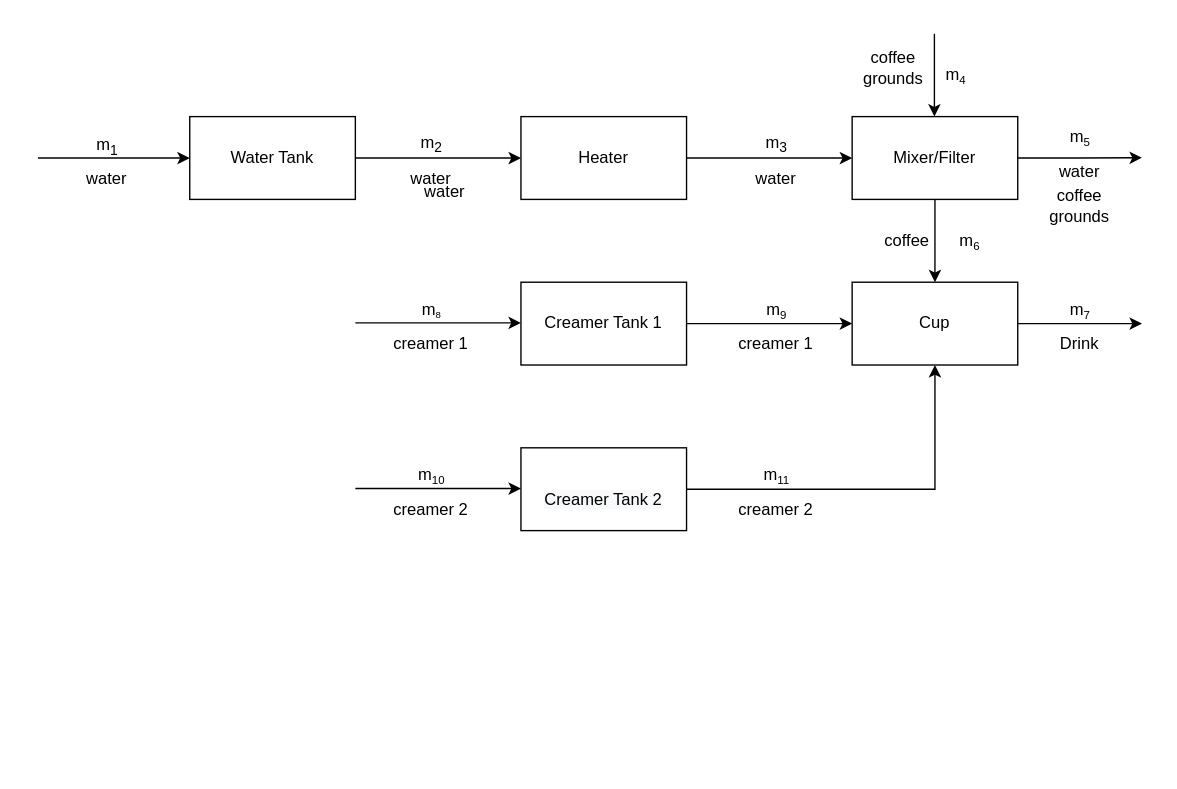
Earlier version of the draw.io diagram Untitled Diagram.drawio (ce2791334/Projects). Source tidied: cells renumbered, new cells numbered last; positions are measured from the earlier drawing's top-left corner, leaving out a move shared by most shapes. Both pictures are drawn from the tidied source at 138%, with x=0, y=0 at pixel (37, 33).
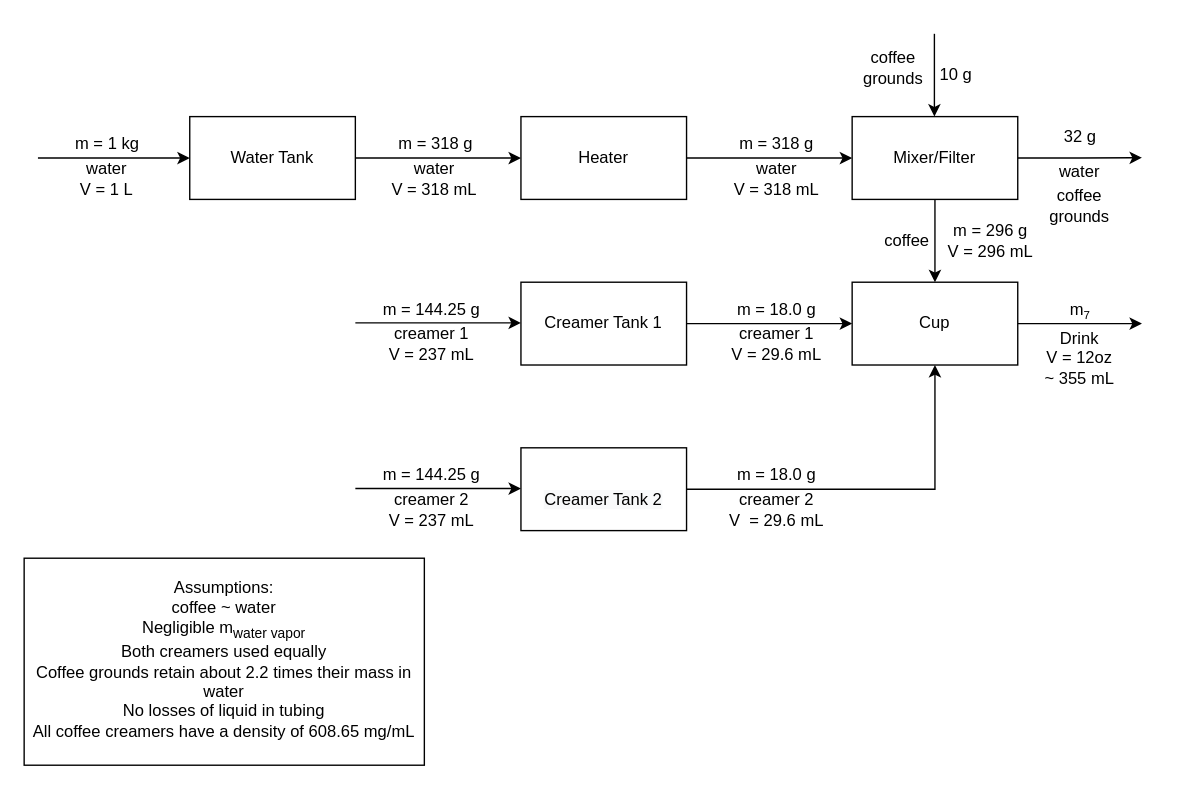
After the change.

Commit message:
Update Mass/Vol PFD Done.drawio

Change to the diagram source:
```diff
@@
-    <mxCell id="16" value="&lt;sub&gt;&lt;span style=&quot;font-size: 12px&quot;&gt;m&lt;sub&gt;1&lt;/sub&gt;&lt;/span&gt;&lt;/sub&gt;" style="text;html=1;align=center;verticalAlign=middle;strokeColor=none;fillColor=none;" parent="1" vertex="1">
-      <mxGeometry x="35" y="65" width="30" height="30" as="geometry" />
+    <mxCell id="16" value="m = 1 kg" style="text;html=1;align=center;verticalAlign=middle;strokeColor=none;fillColor=none;" parent="1" vertex="1">
+      <mxGeometry x="20" y="70" width="60" height="20" as="geometry" />
     </mxCell>
@@
-    <mxCell id="19" value="water" style="text;html=1;strokeColor=none;fillColor=none;align=center;verticalAlign=middle;whiteSpace=wrap;rounded=0;" parent="1" vertex="1">
+    <mxCell id="19" value="water&lt;br&gt;V = 1 L" style="text;html=1;strokeColor=none;fillColor=none;align=center;verticalAlign=middle;whiteSpace=wrap;rounded=0;" parent="1" vertex="1">
       <mxGeometry x="20" y="90" width="60" height="30" as="geometry" />
     </mxCell>
-    <mxCell id="20" value="m&lt;sub&gt;2&lt;/sub&gt;" style="text;html=1;align=center;verticalAlign=middle;strokeColor=none;fillColor=none;" parent="1" vertex="1">
-      <mxGeometry x="270" y="70" width="30" height="20" as="geometry" />
-    </mxCell>
-    <mxCell id="21" value="water" style="text;html=1;strokeColor=none;fillColor=none;align=center;verticalAlign=middle;whiteSpace=wrap;rounded=0;" parent="1" vertex="1">
-      <mxGeometry x="255" y="90" width="60" height="30" as="geometry" />
+    <mxCell id="21" value="water&lt;br&gt;V = 318 mL" style="text;html=1;strokeColor=none;fillColor=none;align=center;verticalAlign=middle;whiteSpace=wrap;rounded=0;" parent="1" vertex="1">
+      <mxGeometry x="255" y="90" width="65" height="30" as="geometry" />
     </mxCell>
-    <mxCell id="22" value="m&lt;sub&gt;3&lt;/sub&gt;" style="text;html=1;align=center;verticalAlign=middle;strokeColor=none;fillColor=none;" parent="1" vertex="1">
-      <mxGeometry x="520" y="70" width="30" height="20" as="geometry" />
+    <mxCell id="22" value="m = 318 g" style="text;html=1;align=center;verticalAlign=middle;strokeColor=none;fillColor=none;" parent="1" vertex="1">
+      <mxGeometry x="500" y="70" width="70" height="20" as="geometry" />
     </mxCell>
-    <mxCell id="23" value="m&lt;span style=&quot;font-size: 10px&quot;&gt;&lt;sub&gt;4&lt;/sub&gt;&lt;/span&gt;" style="text;html=1;align=center;verticalAlign=middle;strokeColor=none;fillColor=none;" parent="1" vertex="1">
-      <mxGeometry x="650" y="20" width="30" height="20" as="geometry" />
+    <mxCell id="23" value="10 g" style="text;html=1;align=center;verticalAlign=middle;strokeColor=none;fillColor=none;" parent="1" vertex="1">
+      <mxGeometry x="645" y="20" width="40" height="20" as="geometry" />
     </mxCell>
-    <mxCell id="24" value="m&lt;span style=&quot;font-size: 10px&quot;&gt;&lt;sub&gt;6&lt;/sub&gt;&lt;/span&gt;" style="text;html=1;align=center;verticalAlign=middle;strokeColor=none;fillColor=none;" parent="1" vertex="1">
-      <mxGeometry x="660" y="140" width="30" height="20" as="geometry" />
+    <mxCell id="24" value="m = 296 g&lt;br&gt;V = 296 mL" style="text;html=1;align=center;verticalAlign=middle;strokeColor=none;fillColor=none;" parent="1" vertex="1">
+      <mxGeometry x="650" y="135" width="80" height="30" as="geometry" />
     </mxCell>
-    <mxCell id="25" value="m&lt;span style=&quot;font-size: 10px&quot;&gt;&lt;sub&gt;9&lt;/sub&gt;&lt;/span&gt;" style="text;html=1;align=center;verticalAlign=middle;strokeColor=none;fillColor=none;" parent="1" vertex="1">
-      <mxGeometry x="520" y="190" width="30" height="20" as="geometry" />
+    <mxCell id="25" value="m = 18.0 g" style="text;html=1;align=center;verticalAlign=middle;strokeColor=none;fillColor=none;" parent="1" vertex="1">
+      <mxGeometry x="500" y="190" width="70" height="20" as="geometry" />
     </mxCell>
-    <mxCell id="26" value="m&lt;span style=&quot;font-size: 8.33333px&quot;&gt;&lt;sub&gt;8&lt;/sub&gt;&lt;/span&gt;" style="text;html=1;align=center;verticalAlign=middle;strokeColor=none;fillColor=none;" parent="1" vertex="1">
-      <mxGeometry x="270" y="190" width="30" height="20" as="geometry" />
+    <mxCell id="26" value="m = 144.25 g" style="text;html=1;align=center;verticalAlign=middle;strokeColor=none;fillColor=none;" parent="1" vertex="1">
+      <mxGeometry x="240" y="190" width="90" height="20" as="geometry" />
     </mxCell>
@@
-    <mxCell id="28" value="m&lt;span style=&quot;font-size: 10px&quot;&gt;&lt;sub&gt;10&lt;/sub&gt;&lt;/span&gt;" style="text;html=1;align=center;verticalAlign=middle;strokeColor=none;fillColor=none;" parent="1" vertex="1">
-      <mxGeometry x="265" y="310" width="40" height="20" as="geometry" />
-    </mxCell>
-    <mxCell id="29" value="m&lt;span style=&quot;font-size: 10px&quot;&gt;&lt;sub&gt;11&lt;/sub&gt;&lt;/span&gt;" style="text;html=1;align=center;verticalAlign=middle;strokeColor=none;fillColor=none;" parent="1" vertex="1">
-      <mxGeometry x="520" y="310" width="30" height="20" as="geometry" />
-    </mxCell>
-    <mxCell id="30" value="water" style="text;html=1;strokeColor=none;fillColor=none;align=center;verticalAlign=middle;whiteSpace=wrap;rounded=0;" parent="1" vertex="1">
-      <mxGeometry x="265" y="100" width="60" height="30" as="geometry" />
-    </mxCell>
@@
-    <mxCell id="33" value="Drink" style="text;html=1;strokeColor=none;fillColor=none;align=center;verticalAlign=middle;whiteSpace=wrap;rounded=0;" parent="1" vertex="1">
-      <mxGeometry x="725" y="210" width="60" height="30" as="geometry" />
+    <mxCell id="33" value="Drink&lt;br&gt;V = 12oz ~ 355 mL" style="text;html=1;strokeColor=none;fillColor=none;align=center;verticalAlign=middle;whiteSpace=wrap;rounded=0;" parent="1" vertex="1">
+      <mxGeometry x="725" y="220" width="60" height="30" as="geometry" />
     </mxCell>
-    <mxCell id="34" value="water" style="text;html=1;strokeColor=none;fillColor=none;align=center;verticalAlign=middle;whiteSpace=wrap;rounded=0;" parent="1" vertex="1">
-      <mxGeometry x="505" y="90" width="60" height="30" as="geometry" />
-    </mxCell>
-    <mxCell id="35" value="creamer 2" style="text;html=1;strokeColor=none;fillColor=none;align=center;verticalAlign=middle;whiteSpace=wrap;rounded=0;" parent="1" vertex="1">
-      <mxGeometry x="255" y="330" width="60" height="30" as="geometry" />
+    <mxCell id="35" value="creamer 2&lt;br&gt;V = 237 mL" style="text;html=1;strokeColor=none;fillColor=none;align=center;verticalAlign=middle;whiteSpace=wrap;rounded=0;" parent="1" vertex="1">
+      <mxGeometry x="247.5" y="330" width="75" height="30" as="geometry" />
     </mxCell>
-    <mxCell id="36" value="creamer 1" style="text;html=1;strokeColor=none;fillColor=none;align=center;verticalAlign=middle;whiteSpace=wrap;rounded=0;" parent="1" vertex="1">
-      <mxGeometry x="255" y="210" width="60" height="30" as="geometry" />
+    <mxCell id="36" value="creamer 1&lt;br&gt;V = 237 mL" style="text;html=1;strokeColor=none;fillColor=none;align=center;verticalAlign=middle;whiteSpace=wrap;rounded=0;" parent="1" vertex="1">
+      <mxGeometry x="252.5" y="210" width="65" height="30" as="geometry" />
     </mxCell>
-    <mxCell id="37" value="creamer 1" style="text;html=1;strokeColor=none;fillColor=none;align=center;verticalAlign=middle;whiteSpace=wrap;rounded=0;" parent="1" vertex="1">
-      <mxGeometry x="505" y="210" width="60" height="30" as="geometry" />
+    <mxCell id="37" value="creamer 1&lt;br&gt;V = 29.6 mL" style="text;html=1;strokeColor=none;fillColor=none;align=center;verticalAlign=middle;whiteSpace=wrap;rounded=0;" parent="1" vertex="1">
+      <mxGeometry x="497.5" y="210" width="75" height="30" as="geometry" />
     </mxCell>
-    <mxCell id="38" value="creamer 2" style="text;html=1;strokeColor=none;fillColor=none;align=center;verticalAlign=middle;whiteSpace=wrap;rounded=0;" parent="1" vertex="1">
-      <mxGeometry x="505" y="330" width="60" height="30" as="geometry" />
+    <mxCell id="38" value="creamer 2&lt;br&gt;V&amp;nbsp;&amp;nbsp;= 29.6 mL" style="text;html=1;strokeColor=none;fillColor=none;align=center;verticalAlign=middle;whiteSpace=wrap;rounded=0;" parent="1" vertex="1">
+      <mxGeometry x="497.5" y="330" width="75" height="30" as="geometry" />
     </mxCell>
@@
-    <mxCell id="40" value="m&lt;span style=&quot;font-size: 10px&quot;&gt;&lt;sub&gt;5&lt;/sub&gt;&lt;/span&gt;" style="text;html=1;align=center;verticalAlign=middle;strokeColor=none;fillColor=none;" parent="1" vertex="1">
-      <mxGeometry x="740" y="65" width="30" height="20" as="geometry" />
+    <mxCell id="40" value="32 g" style="text;html=1;align=center;verticalAlign=middle;strokeColor=none;fillColor=none;" parent="1" vertex="1">
+      <mxGeometry x="735" y="65" width="40" height="20" as="geometry" />
     </mxCell>
@@
+    <mxCell id="43" value="Assumptions:&lt;br&gt;coffee ~ water&lt;br&gt;Negligible m&lt;sub&gt;water vapor&lt;br&gt;&lt;/sub&gt;Both creamers used equally &lt;br&gt;Coffee grounds retain about 2.2 times their mass in water &lt;br&gt;No losses of liquid in tubing &lt;br&gt;All coffee creamers have a density of 608.65 mg/mL&lt;sub&gt;&lt;br&gt;&lt;/sub&gt;" style="rounded=0;whiteSpace=wrap;html=1;" parent="1" vertex="1">
+      <mxGeometry x="-10" y="380" width="290" height="150" as="geometry" />
+    </mxCell>
+    <mxCell id="44" value="m = 144.25 g" style="text;html=1;align=center;verticalAlign=middle;strokeColor=none;fillColor=none;" parent="1" vertex="1">
+      <mxGeometry x="240" y="310" width="90" height="20" as="geometry" />
+    </mxCell>
+    <mxCell id="45" value="m = 18.0 g" style="text;html=1;align=center;verticalAlign=middle;strokeColor=none;fillColor=none;" parent="1" vertex="1">
+      <mxGeometry x="500" y="310" width="70" height="20" as="geometry" />
+    </mxCell>
+    <mxCell id="46" value="m = 318 g" style="text;html=1;align=center;verticalAlign=middle;strokeColor=none;fillColor=none;" parent="1" vertex="1">
+      <mxGeometry x="252.5" y="70" width="70" height="20" as="geometry" />
+    </mxCell>
+    <mxCell id="47" value="water&lt;br&gt;V = 318 mL" style="text;html=1;strokeColor=none;fillColor=none;align=center;verticalAlign=middle;whiteSpace=wrap;rounded=0;" parent="1" vertex="1">
+      <mxGeometry x="502.5" y="90" width="65" height="30" as="geometry" />
+    </mxCell>
```
